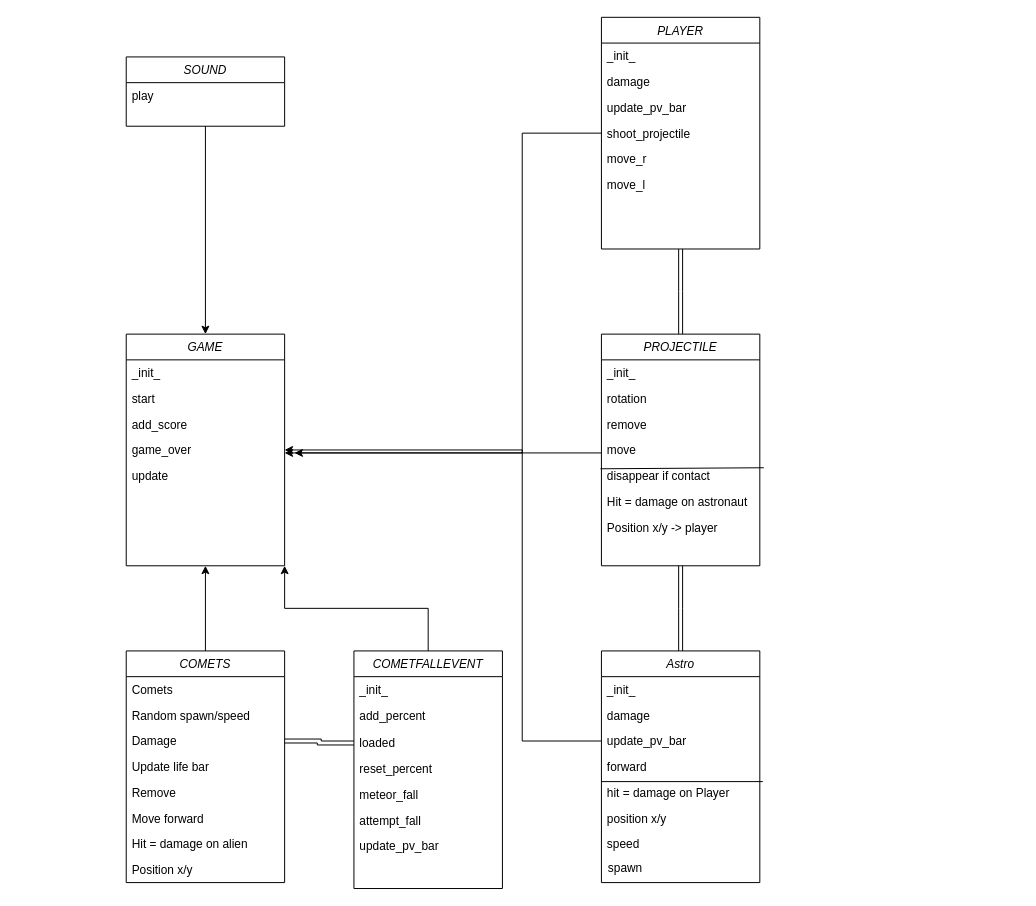
Before: Untitled Diagram.drawio in Walidheck/oc20, a draw.io diagram. Source tidied: cells renumbered, new cells numbered last; positions are measured from the earlier drawing's top-left corner, leaving out a move shared by most shapes. Both pictures are drawn from the tidied source at 99%, with x=0, y=0 at pixel (126, 17).
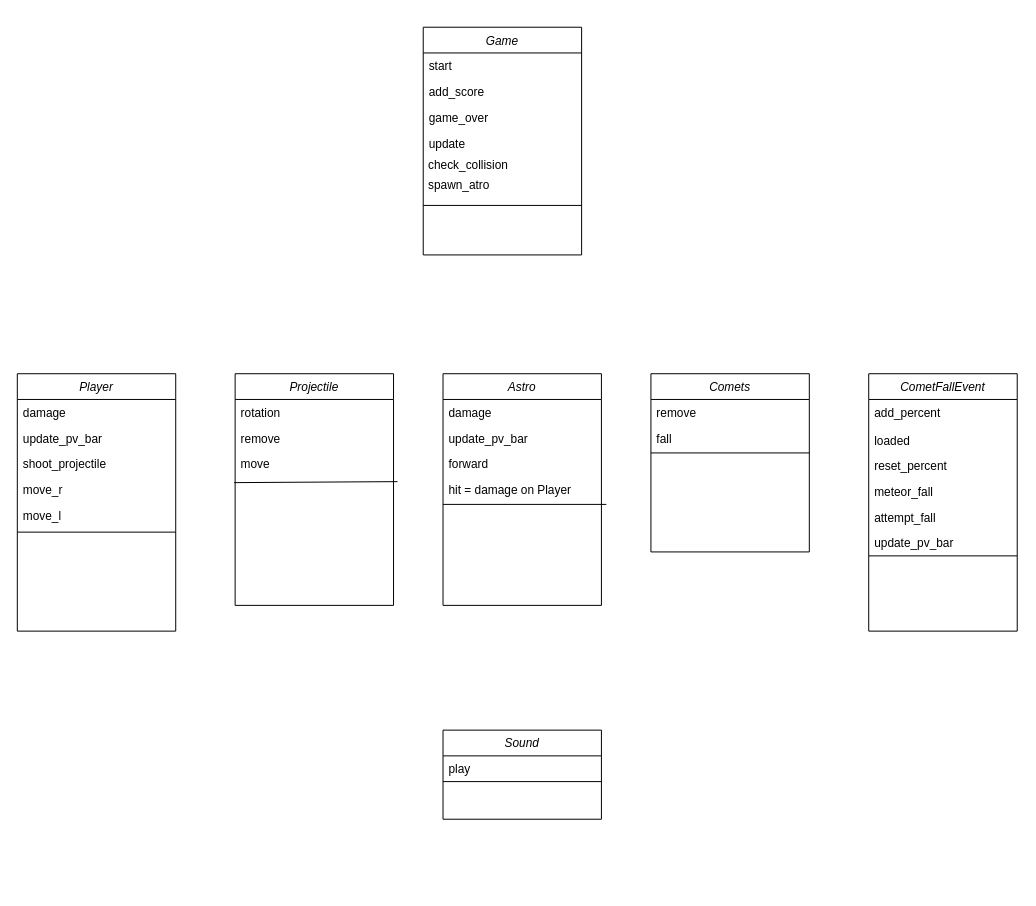
After the change.

Diff of the diagram source:
```diff
@@
-    <mxCell id="2" value="GAME" style="swimlane;fontStyle=2;align=center;verticalAlign=top;horizontal=1;startSize=26;rounded=0;shadow=0;strokeWidth=1;" parent="1" vertex="1">
-      <mxGeometry y="320" width="160" height="234" as="geometry" />
+    <mxCell id="2" value="Game" style="swimlane;fontStyle=2;align=center;verticalAlign=top;horizontal=1;startSize=26;rounded=0;shadow=0;strokeWidth=1;" parent="1" vertex="1">
+      <mxGeometry x="300" y="10" width="160" height="230" as="geometry" />
     </mxCell>
-    <mxCell id="3" value="_init_&#10;" style="text;align=left;verticalAlign=top;spacingLeft=4;spacingRight=4;overflow=hidden;rounded=0;shadow=0;html=0;" parent="2" vertex="1">
-      <mxGeometry y="26" width="160" height="26" as="geometry" />
-    </mxCell>
     <mxCell id="4" value="start" style="text;align=left;verticalAlign=top;spacingLeft=4;spacingRight=4;overflow=hidden;rounded=0;shadow=0;html=0;" parent="2" vertex="1">
-      <mxGeometry y="52" width="160" height="26" as="geometry" />
+      <mxGeometry y="26" width="160" height="26" as="geometry" />
     </mxCell>
     <mxCell id="5" value="add_score" style="text;align=left;verticalAlign=top;spacingLeft=4;spacingRight=4;overflow=hidden;rounded=0;shadow=0;html=0;" parent="2" vertex="1">
-      <mxGeometry y="78" width="160" height="26" as="geometry" />
+      <mxGeometry y="52" width="160" height="26" as="geometry" />
     </mxCell>
     <mxCell id="6" value="game_over" style="text;align=left;verticalAlign=top;spacingLeft=4;spacingRight=4;overflow=hidden;points=[[0,0.5],[1,0.5]];portConstraint=eastwest;rounded=0;shadow=0;html=0;" parent="2" vertex="1">
-      <mxGeometry y="104" width="160" height="26" as="geometry" />
+      <mxGeometry y="78" width="160" height="26" as="geometry" />
     </mxCell>
     <mxCell id="7" value="update" style="text;align=left;verticalAlign=top;spacingLeft=4;spacingRight=4;overflow=hidden;rounded=0;shadow=0;html=0;" parent="2" vertex="1">
-      <mxGeometry y="130" width="160" height="26" as="geometry" />
+      <mxGeometry y="104" width="160" height="26" as="geometry" />
     </mxCell>
-    <mxCell id="8" style="edgeStyle=elbowEdgeStyle;rounded=0;jettySize=auto;html=1;exitX=0.5;exitY=1;exitDx=0;exitDy=0;entryX=0.5;entryY=0;entryDx=0;entryDy=0;shape=link;" parent="1" edge="1" source="9" target="17">
-      <mxGeometry relative="1" as="geometry" />
-    </mxCell>
+    <mxCell id="62" value="&amp;nbsp;check_collision" style="text;html=1;align=left;verticalAlign=middle;strokeColor=none;" parent="2" vertex="1">
+      <mxGeometry y="130" width="160" height="20" as="geometry" />
+    </mxCell>
+    <mxCell id="63" style="endArrow=none;html=1;entryX=1.031;entryY=1.077;entryDx=0;entryDy=0;entryPerimeter=0;" parent="2" edge="1">
+      <mxGeometry relative="1" as="geometry">
+        <mxPoint y="180" as="sourcePoint" />
+        <mxPoint x="160" y="180" as="targetPoint" />
+      </mxGeometry>
+    </mxCell>
+    <mxCell id="64" value="&amp;nbsp;spawn_atro" style="text;html=1;align=left;verticalAlign=middle;strokeColor=none;" parent="2" vertex="1">
+      <mxGeometry y="150" width="160" height="20" as="geometry" />
+    </mxCell>
-    <mxCell id="9" value="PLAYER" style="swimlane;fontStyle=2;align=center;verticalAlign=top;horizontal=1;startSize=26;rounded=0;shadow=0;strokeWidth=1;" parent="1" vertex="1">
-      <mxGeometry x="480" width="160" height="234" as="geometry" />
+    <mxCell id="9" value="Player" style="swimlane;fontStyle=2;align=center;verticalAlign=top;horizontal=1;startSize=26;rounded=0;shadow=0;strokeWidth=1;" parent="1" vertex="1">
+      <mxGeometry x="-110" y="360" width="160" height="260" as="geometry" />
     </mxCell>
-    <mxCell id="10" value="_init_" style="text;align=left;verticalAlign=top;spacingLeft=4;spacingRight=4;overflow=hidden;rounded=0;shadow=0;html=0;" parent="9" vertex="1">
-      <mxGeometry y="26" width="160" height="26" as="geometry" />
-    </mxCell>
     <mxCell id="11" value="damage" style="text;align=left;verticalAlign=top;spacingLeft=4;spacingRight=4;overflow=hidden;rounded=0;shadow=0;html=0;" parent="9" vertex="1">
-      <mxGeometry y="52" width="160" height="26" as="geometry" />
+      <mxGeometry y="26" width="160" height="26" as="geometry" />
     </mxCell>
     <mxCell id="12" value="update_pv_bar" style="text;align=left;verticalAlign=top;spacingLeft=4;spacingRight=4;overflow=hidden;rounded=0;shadow=0;html=0;" parent="9" vertex="1">
-      <mxGeometry y="78" width="160" height="26" as="geometry" />
+      <mxGeometry y="52" width="160" height="26" as="geometry" />
     </mxCell>
     <mxCell id="13" value="shoot_projectile" style="text;align=left;verticalAlign=top;spacingLeft=4;spacingRight=4;overflow=hidden;points=[[0,0.5],[1,0.5]];portConstraint=eastwest;rounded=0;shadow=0;html=0;" parent="9" vertex="1">
-      <mxGeometry y="104" width="160" height="26" as="geometry" />
+      <mxGeometry y="78" width="160" height="26" as="geometry" />
     </mxCell>
     <mxCell id="14" value="move_r" style="text;align=left;verticalAlign=top;spacingLeft=4;spacingRight=4;overflow=hidden;rounded=0;shadow=0;html=0;" parent="9" vertex="1">
-      <mxGeometry y="130" width="160" height="26" as="geometry" />
+      <mxGeometry y="104" width="160" height="26" as="geometry" />
     </mxCell>
     <mxCell id="15" value="move_l" style="text;align=left;verticalAlign=top;spacingLeft=4;spacingRight=4;overflow=hidden;rounded=0;shadow=0;html=0;" parent="9" vertex="1">
-      <mxGeometry y="156" width="160" height="26" as="geometry" />
+      <mxGeometry y="130" width="160" height="26" as="geometry" />
     </mxCell>
-    <mxCell id="16" style="edgeStyle=elbowEdgeStyle;rounded=0;orthogonalLoop=1;jettySize=auto;html=1;" parent="1" edge="1">
-      <mxGeometry relative="1" as="geometry">
-        <mxPoint x="480" y="440" as="sourcePoint" />
-        <mxPoint x="170" y="440" as="targetPoint" />
-      </mxGeometry>
-    </mxCell>
+    <mxCell id="65" style="endArrow=none;html=1;entryX=1.031;entryY=1.077;entryDx=0;entryDy=0;entryPerimeter=0;" parent="9" edge="1">
+      <mxGeometry relative="1" as="geometry">
+        <mxPoint y="160" as="sourcePoint" />
+        <mxPoint x="160" y="160" as="targetPoint" />
+      </mxGeometry>
+    </mxCell>
-    <mxCell id="17" value="PROJECTILE" style="swimlane;fontStyle=2;align=center;verticalAlign=top;horizontal=1;startSize=26;rounded=0;shadow=0;strokeWidth=1;" parent="1" vertex="1">
-      <mxGeometry x="480" y="320" width="160" height="234" as="geometry" />
+    <mxCell id="17" value="Projectile" style="swimlane;fontStyle=2;align=center;verticalAlign=top;horizontal=1;startSize=26;rounded=0;shadow=0;strokeWidth=1;" parent="1" vertex="1">
+      <mxGeometry x="110" y="360" width="160" height="234" as="geometry" />
     </mxCell>
-    <mxCell id="18" value="_init_" style="text;align=left;verticalAlign=top;spacingLeft=4;spacingRight=4;overflow=hidden;rounded=0;shadow=0;html=0;" parent="17" vertex="1">
-      <mxGeometry y="26" width="160" height="26" as="geometry" />
-    </mxCell>
     <mxCell id="19" value="rotation" style="text;align=left;verticalAlign=top;spacingLeft=4;spacingRight=4;overflow=hidden;rounded=0;shadow=0;html=0;" parent="17" vertex="1">
-      <mxGeometry y="52" width="160" height="26" as="geometry" />
+      <mxGeometry y="26" width="160" height="26" as="geometry" />
     </mxCell>
     <mxCell id="20" value="remove" style="text;align=left;verticalAlign=top;spacingLeft=4;spacingRight=4;overflow=hidden;rounded=0;shadow=0;html=0;" parent="17" vertex="1">
-      <mxGeometry y="78" width="160" height="26" as="geometry" />
+      <mxGeometry y="52" width="160" height="26" as="geometry" />
     </mxCell>
     <mxCell id="21" value="move" style="text;align=left;verticalAlign=top;spacingLeft=4;spacingRight=4;overflow=hidden;rounded=0;shadow=0;html=0;" parent="17" vertex="1">
-      <mxGeometry y="104" width="160" height="26" as="geometry" />
+      <mxGeometry y="78" width="160" height="26" as="geometry" />
     </mxCell>
-    <mxCell id="22" value="disappear if contact " style="text;align=left;verticalAlign=top;spacingLeft=4;spacingRight=4;overflow=hidden;points=[[0,0.5],[1,0.5]];portConstraint=eastwest;rounded=0;shadow=0;html=0;" parent="17" vertex="1">
-      <mxGeometry y="130" width="160" height="26" as="geometry" />
-    </mxCell>
-    <mxCell id="23" value="Hit = damage on astronaut&#10; " style="text;align=left;verticalAlign=top;spacingLeft=4;spacingRight=4;overflow=hidden;rounded=0;shadow=0;html=0;" parent="17" vertex="1">
-      <mxGeometry y="156" width="160" height="26" as="geometry" />
-    </mxCell>
-    <mxCell id="24" value="Position x/y -&gt; player" style="text;align=left;verticalAlign=top;spacingLeft=4;spacingRight=4;overflow=hidden;rounded=0;shadow=0;html=0;" parent="17" vertex="1">
-      <mxGeometry y="182" width="160" height="26" as="geometry" />
-    </mxCell>
-    <mxCell id="25" style="endArrow=none;html=1;entryX=1.025;entryY=0.192;entryDx=0;entryDy=0;entryPerimeter=0;exitX=-0.006;exitY=0.231;exitDx=0;exitDy=0;exitPerimeter=0;" parent="17" edge="1" source="22" target="22">
-      <mxGeometry relative="1" as="geometry" />
+    <mxCell id="25" style="endArrow=none;html=1;entryX=1.025;entryY=0.192;entryDx=0;entryDy=0;entryPerimeter=0;exitX=-0.006;exitY=0.231;exitDx=0;exitDy=0;exitPerimeter=0;" parent="17" edge="1">
+      <mxGeometry relative="1" as="geometry">
+        <mxPoint x="-1" y="110" as="sourcePoint" />
+        <mxPoint x="164" y="109" as="targetPoint" />
+      </mxGeometry>
     </mxCell>
-    <mxCell id="26" style="edgeStyle=elbowEdgeStyle;shape=link;rounded=0;jettySize=auto;html=1;exitX=0.5;exitY=0;exitDx=0;exitDy=0;entryX=0.5;entryY=1;entryDx=0;entryDy=0;" parent="1" edge="1" source="27" target="17">
-      <mxGeometry relative="1" as="geometry" />
-    </mxCell>
     <mxCell id="27" value="Astro" style="swimlane;fontStyle=2;align=center;verticalAlign=top;horizontal=1;startSize=26;rounded=0;shadow=0;strokeWidth=1;" parent="1" vertex="1">
-      <mxGeometry x="480" y="640" width="160" height="234" as="geometry" />
+      <mxGeometry x="320" y="360" width="160" height="234" as="geometry" />
     </mxCell>
-    <mxCell id="28" value="_init_" style="text;align=left;verticalAlign=top;spacingLeft=4;spacingRight=4;overflow=hidden;rounded=0;shadow=0;html=0;" parent="27" vertex="1">
-      <mxGeometry y="26" width="160" height="26" as="geometry" />
-    </mxCell>
     <mxCell id="29" value="damage" style="text;align=left;verticalAlign=top;spacingLeft=4;spacingRight=4;overflow=hidden;rounded=0;shadow=0;html=0;" parent="27" vertex="1">
-      <mxGeometry y="52" width="160" height="26" as="geometry" />
+      <mxGeometry y="26" width="160" height="26" as="geometry" />
     </mxCell>
     <mxCell id="30" value="update_pv_bar" style="text;align=left;verticalAlign=top;spacingLeft=4;spacingRight=4;overflow=hidden;points=[[0,0.5],[1,0.5]];portConstraint=eastwest;rounded=0;shadow=0;html=0;" parent="27" vertex="1">
-      <mxGeometry y="78" width="160" height="26" as="geometry" />
+      <mxGeometry y="52" width="160" height="26" as="geometry" />
     </mxCell>
     <mxCell id="31" value="forward" style="text;align=left;verticalAlign=top;spacingLeft=4;spacingRight=4;overflow=hidden;points=[[0,0.5],[1,0.5]];portConstraint=eastwest;rounded=0;shadow=0;html=0;" parent="27" vertex="1">
-      <mxGeometry y="104" width="160" height="26" as="geometry" />
+      <mxGeometry y="78" width="160" height="26" as="geometry" />
     </mxCell>
     <mxCell id="32" value="hit = damage on Player&#10; " style="text;align=left;verticalAlign=top;spacingLeft=4;spacingRight=4;overflow=hidden;points=[[0,0.5],[1,0.5]];portConstraint=eastwest;rounded=0;shadow=0;html=0;" parent="27" vertex="1">
-      <mxGeometry y="130" width="160" height="26" as="geometry" />
+      <mxGeometry y="104" width="160" height="26" as="geometry" />
     </mxCell>
-    <mxCell id="33" value="position x/y" style="text;align=left;verticalAlign=top;spacingLeft=4;spacingRight=4;overflow=hidden;rounded=0;shadow=0;html=0;" parent="27" vertex="1">
-      <mxGeometry y="156" width="160" height="26" as="geometry" />
-    </mxCell>
-    <mxCell id="34" style="endArrow=none;html=1;entryX=1.019;entryY=1.077;entryDx=0;entryDy=0;entryPerimeter=0;" parent="27" edge="1" target="31">
+    <mxCell id="34" style="endArrow=none;html=1;entryX=1.031;entryY=1.077;entryDx=0;entryDy=0;entryPerimeter=0;" parent="27" edge="1" target="32">
       <mxGeometry relative="1" as="geometry">
         <mxPoint y="132" as="sourcePoint" />
       </mxGeometry>
     </mxCell>
-    <mxCell id="35" value="speed" style="text;align=left;verticalAlign=top;spacingLeft=4;spacingRight=4;overflow=hidden;rounded=0;shadow=0;html=0;" parent="27" vertex="1">
-      <mxGeometry y="182" width="160" height="26" as="geometry" />
-    </mxCell>
-    <mxCell id="36" style="edgeStyle=orthogonalEdgeStyle;rounded=0;jettySize=auto;html=1;exitX=0.5;exitY=0;exitDx=0;exitDy=0;entryX=1;entryY=1;entryDx=0;entryDy=0;" parent="1" edge="1" source="37" target="2">
-      <mxGeometry relative="1" as="geometry" />
-    </mxCell>
-    <mxCell id="37" value="COMETFALLEVENT" style="swimlane;fontStyle=2;align=center;verticalAlign=top;horizontal=1;startSize=26;rounded=0;shadow=0;strokeWidth=1;" parent="1" vertex="1">
-      <mxGeometry x="230" y="640" width="150" height="240" as="geometry" />
+    <mxCell id="37" value="CometFallEvent" style="swimlane;fontStyle=2;align=center;verticalAlign=top;horizontal=1;startSize=26;rounded=0;shadow=0;strokeWidth=1;" parent="1" vertex="1">
+      <mxGeometry x="750" y="360" width="150" height="260" as="geometry" />
     </mxCell>
-    <mxCell id="38" value="_init_" style="text;align=left;verticalAlign=top;spacingLeft=4;spacingRight=4;overflow=hidden;rounded=0;shadow=0;html=0;" parent="37" vertex="1">
-      <mxGeometry y="26" width="150" height="26" as="geometry" />
-    </mxCell>
     <mxCell id="39" value="add_percent" style="text;align=left;verticalAlign=top;spacingLeft=4;spacingRight=4;overflow=hidden;rounded=0;shadow=0;html=0;" parent="37" vertex="1">
-      <mxGeometry y="52" width="150" height="28" as="geometry" />
+      <mxGeometry y="26" width="150" height="28" as="geometry" />
     </mxCell>
     <mxCell id="40" value="loaded" style="text;align=left;verticalAlign=top;spacingLeft=4;spacingRight=4;overflow=hidden;points=[[0,0.5],[1,0.5]];portConstraint=eastwest;rounded=0;shadow=0;html=0;" parent="37" vertex="1">
-      <mxGeometry y="80" width="150" height="26" as="geometry" />
+      <mxGeometry y="54" width="150" height="26" as="geometry" />
     </mxCell>
     <mxCell id="41" value="reset_percent" style="text;align=left;verticalAlign=top;spacingLeft=4;spacingRight=4;overflow=hidden;rounded=0;shadow=0;html=0;" parent="37" vertex="1">
-      <mxGeometry y="106" width="150" height="26" as="geometry" />
+      <mxGeometry y="80" width="150" height="26" as="geometry" />
     </mxCell>
     <mxCell id="42" value="meteor_fall" style="text;align=left;verticalAlign=top;spacingLeft=4;spacingRight=4;overflow=hidden;rounded=0;shadow=0;html=0;" parent="37" vertex="1">
-      <mxGeometry y="132" width="150" height="26" as="geometry" />
+      <mxGeometry y="106" width="150" height="26" as="geometry" />
     </mxCell>
     <mxCell id="43" value="attempt_fall" style="text;align=left;verticalAlign=top;spacingLeft=4;spacingRight=4;overflow=hidden;rounded=0;shadow=0;html=0;" parent="37" vertex="1">
-      <mxGeometry y="158" width="150" height="26" as="geometry" />
+      <mxGeometry y="132" width="150" height="26" as="geometry" />
     </mxCell>
     <mxCell id="44" value="update_pv_bar" style="text;align=left;verticalAlign=top;spacingLeft=4;spacingRight=4;overflow=hidden;rounded=0;shadow=0;html=0;" parent="37" vertex="1">
-      <mxGeometry y="184" width="150" height="26" as="geometry" />
+      <mxGeometry y="158" width="150" height="26" as="geometry" />
     </mxCell>
-    <mxCell id="45" style="edgeStyle=orthogonalEdgeStyle;rounded=0;jettySize=auto;html=1;exitX=0.5;exitY=0;exitDx=0;exitDy=0;entryX=0.5;entryY=1;entryDx=0;entryDy=0;" parent="1" edge="1" source="46" target="2">
-      <mxGeometry relative="1" as="geometry" />
-    </mxCell>
+    <mxCell id="66" style="endArrow=none;html=1;" parent="37" edge="1">
+      <mxGeometry relative="1" as="geometry">
+        <mxPoint y="184" as="sourcePoint" />
+        <mxPoint x="150" y="184" as="targetPoint" />
+      </mxGeometry>
+    </mxCell>
-    <mxCell id="46" value="COMETS" style="swimlane;fontStyle=2;align=center;verticalAlign=top;horizontal=1;startSize=26;rounded=0;shadow=0;strokeWidth=1;" parent="1" vertex="1">
-      <mxGeometry y="640" width="160" height="234" as="geometry" />
+    <mxCell id="46" value="Comets" style="swimlane;fontStyle=2;align=center;verticalAlign=top;horizontal=1;startSize=26;rounded=0;shadow=0;strokeWidth=1;" parent="1" vertex="1">
+      <mxGeometry x="530" y="360" width="160" height="180" as="geometry" />
     </mxCell>
-    <mxCell id="47" value="Comets" style="text;align=left;verticalAlign=top;spacingLeft=4;spacingRight=4;overflow=hidden;rounded=0;shadow=0;html=0;" parent="46" vertex="1">
+    <mxCell id="47" value="remove" style="text;align=left;verticalAlign=top;spacingLeft=4;spacingRight=4;overflow=hidden;rounded=0;shadow=0;html=0;" parent="46" vertex="1">
       <mxGeometry y="26" width="160" height="26" as="geometry" />
     </mxCell>
-    <mxCell id="48" value="Random spawn/speed" style="text;align=left;verticalAlign=top;spacingLeft=4;spacingRight=4;overflow=hidden;rounded=0;shadow=0;html=0;" parent="46" vertex="1">
+    <mxCell id="48" value="fall" style="text;align=left;verticalAlign=top;spacingLeft=4;spacingRight=4;overflow=hidden;rounded=0;shadow=0;html=0;" parent="46" vertex="1">
       <mxGeometry y="52" width="160" height="26" as="geometry" />
     </mxCell>
-    <mxCell id="49" value="Damage" style="text;align=left;verticalAlign=top;spacingLeft=4;spacingRight=4;overflow=hidden;points=[[0,0.5],[1,0.5]];portConstraint=eastwest;rounded=0;shadow=0;html=0;" parent="46" vertex="1">
-      <mxGeometry y="78" width="160" height="26" as="geometry" />
-    </mxCell>
-    <mxCell id="50" value="Update life bar" style="text;align=left;verticalAlign=top;spacingLeft=4;spacingRight=4;overflow=hidden;rounded=0;shadow=0;html=0;" parent="46" vertex="1">
-      <mxGeometry y="104" width="160" height="26" as="geometry" />
-    </mxCell>
-    <mxCell id="51" value="Remove" style="text;align=left;verticalAlign=top;spacingLeft=4;spacingRight=4;overflow=hidden;rounded=0;shadow=0;html=0;" parent="46" vertex="1">
-      <mxGeometry y="130" width="160" height="26" as="geometry" />
-    </mxCell>
-    <mxCell id="52" value="Move forward" style="text;align=left;verticalAlign=top;spacingLeft=4;spacingRight=4;overflow=hidden;rounded=0;shadow=0;html=0;" parent="46" vertex="1">
-      <mxGeometry y="156" width="160" height="26" as="geometry" />
-    </mxCell>
-    <mxCell id="53" value="Hit = damage on alien&#10; " style="text;align=left;verticalAlign=top;spacingLeft=4;spacingRight=4;overflow=hidden;rounded=0;shadow=0;html=0;" parent="46" vertex="1">
-      <mxGeometry y="182" width="160" height="26" as="geometry" />
-    </mxCell>
-    <mxCell id="54" value="Position x/y" style="text;align=left;verticalAlign=top;spacingLeft=4;spacingRight=4;overflow=hidden;rounded=0;shadow=0;html=0;" parent="46" vertex="1">
-      <mxGeometry y="208" width="160" height="26" as="geometry" />
-    </mxCell>
-    <mxCell id="55" style="edgeStyle=orthogonalEdgeStyle;rounded=0;jettySize=auto;html=1;exitX=0.5;exitY=1;exitDx=0;exitDy=0;entryX=0.5;entryY=0;entryDx=0;entryDy=0;" parent="1" edge="1" source="56" target="2">
-      <mxGeometry relative="1" as="geometry" />
-    </mxCell>
+    <mxCell id="67" style="endArrow=none;html=1;entryX=1.031;entryY=1.077;entryDx=0;entryDy=0;entryPerimeter=0;" parent="46" edge="1">
+      <mxGeometry relative="1" as="geometry">
+        <mxPoint y="80" as="sourcePoint" />
+        <mxPoint x="160" y="80" as="targetPoint" />
+      </mxGeometry>
+    </mxCell>
+    <mxCell id="68" style="edgeStyle=orthogonalEdgeStyle;rounded=0;orthogonalLoop=1;jettySize=auto;html=1;" parent="1" edge="1">
+      <mxGeometry relative="1" as="geometry">
+        <mxPoint x="80" y="130" as="sourcePoint" />
+        <mxPoint x="80" y="130" as="targetPoint" />
+      </mxGeometry>
+    </mxCell>
-    <mxCell id="56" value="SOUND" style="swimlane;fontStyle=2;align=center;verticalAlign=top;horizontal=1;startSize=26;rounded=0;shadow=0;strokeWidth=1;" parent="1" vertex="1">
-      <mxGeometry y="40" width="160" height="70" as="geometry" />
+    <mxCell id="56" value="Sound" style="swimlane;fontStyle=2;align=center;verticalAlign=top;horizontal=1;startSize=26;rounded=0;shadow=0;strokeWidth=1;" parent="1" vertex="1">
+      <mxGeometry x="320" y="720" width="160" height="90" as="geometry" />
     </mxCell>
@@
-    <mxCell id="58" style="rounded=0;jettySize=auto;html=1;exitX=0;exitY=0.5;exitDx=0;exitDy=0;edgeStyle=orthogonalEdgeStyle;" parent="1" edge="1" source="13">
-      <mxGeometry relative="1" as="geometry">
-        <mxPoint x="160" y="440" as="targetPoint" />
-        <Array as="points">
-          <mxPoint x="400" y="117" />
-          <mxPoint x="400" y="440" />
-        </Array>
-      </mxGeometry>
-    </mxCell>
-    <mxCell id="59" style="edgeStyle=elbowEdgeStyle;rounded=0;jettySize=auto;html=1;exitX=0;exitY=0.5;exitDx=0;exitDy=0;entryX=1;entryY=0.5;entryDx=0;entryDy=0;" parent="1" edge="1" source="30" target="6">
-      <mxGeometry relative="1" as="geometry">
-        <Array as="points">
-          <mxPoint x="400" y="590" />
-        </Array>
-      </mxGeometry>
-    </mxCell>
-    <mxCell id="60" style="edgeStyle=orthogonalEdgeStyle;shape=link;rounded=0;jettySize=auto;html=1;exitX=1;exitY=0.5;exitDx=0;exitDy=0;entryX=0;entryY=0.5;entryDx=0;entryDy=0;" parent="1" edge="1" source="49" target="40">
-      <mxGeometry relative="1" as="geometry" />
-    </mxCell>
-    <mxCell id="61" value="spawn" style="text;html=1;align=left;verticalAlign=middle;" parent="1" vertex="1">
-      <mxGeometry x="485" y="850" width="50" height="20" as="geometry" />
-    </mxCell>
+    <mxCell id="69" style="endArrow=none;html=1;entryX=1.031;entryY=1.077;entryDx=0;entryDy=0;entryPerimeter=0;" parent="56" edge="1">
+      <mxGeometry relative="1" as="geometry">
+        <mxPoint y="52" as="sourcePoint" />
+        <mxPoint x="160" y="52" as="targetPoint" />
+      </mxGeometry>
+    </mxCell>
```
